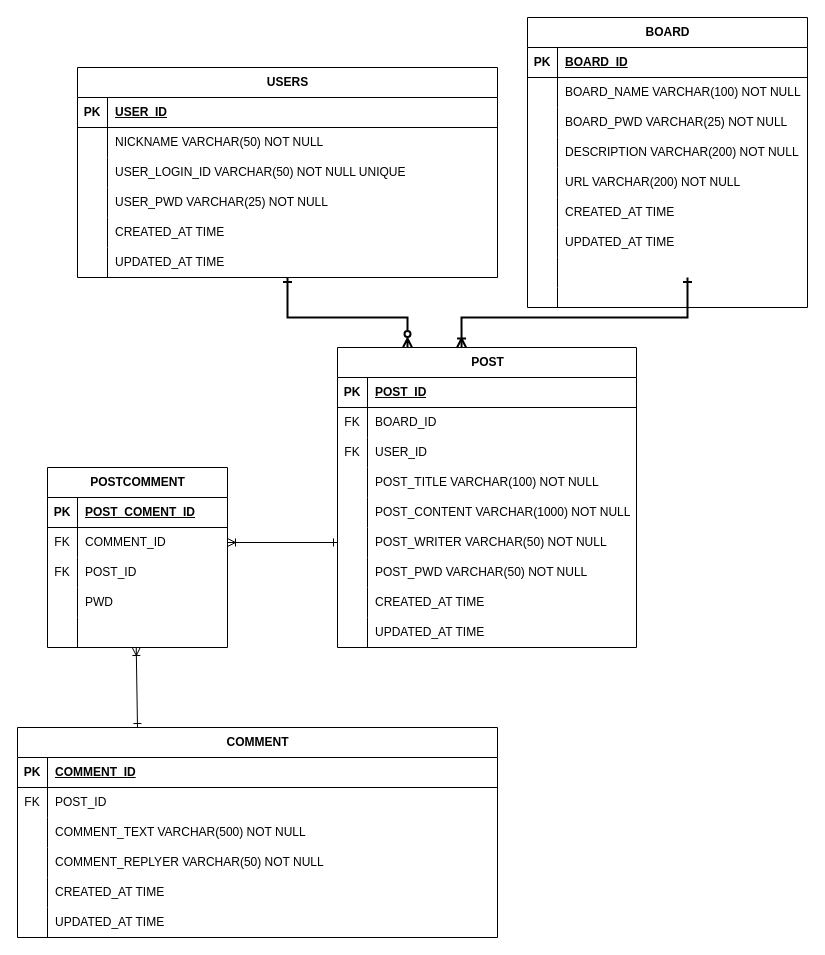
choiminwoo2/data-storage keeps this draw.io diagram as dev-kor-erd.drawio. Above is the earlier version. Source tidied: cells renumbered, new cells numbered last; positions are measured from the earlier drawing's top-left corner, leaving out a move shared by most shapes. Both pictures are drawn from the tidied source at 100%, with x=0, y=0 at pixel (17, 17).
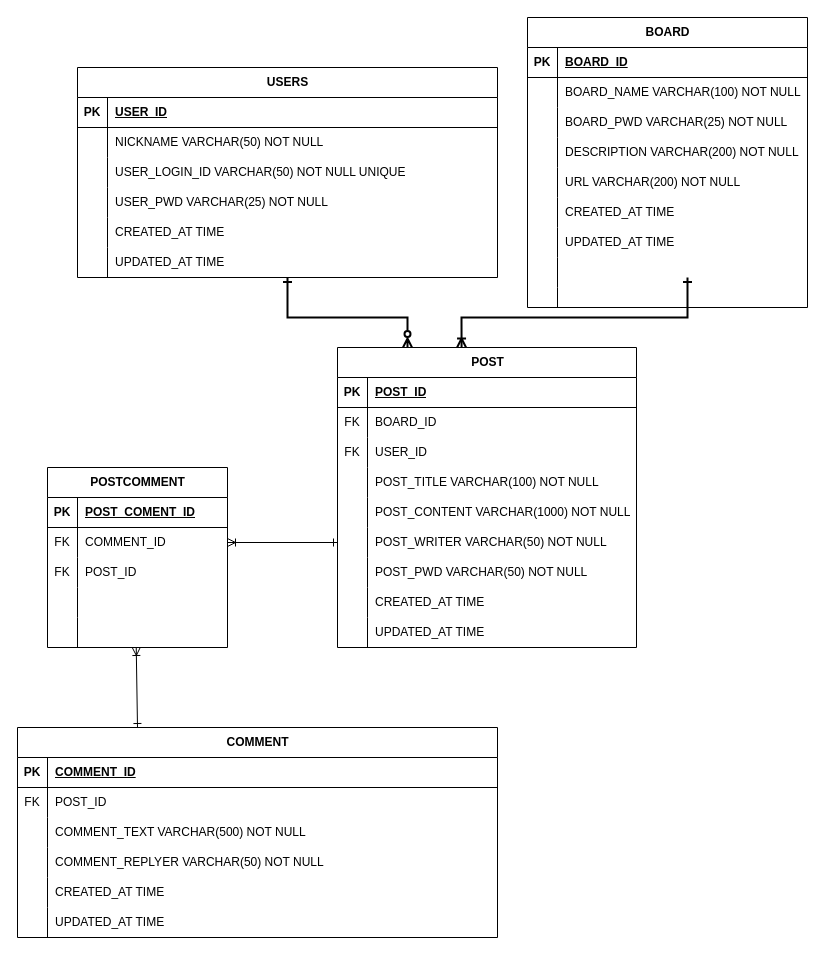
The same page after the edit.

Unchanged cells that the change refers to:
```xml
<mxCell id="108" style="shape=tableRow;horizontal=0;startSize=0;swimlaneHead=0;swimlaneBody=0;fillColor=none;top=0;left=0;right=0;bottom=0;" parent="98" vertex="1">
  <mxGeometry y="120" width="180" height="30" as="geometry" />
</mxCell>
```

Change to the diagram source:
```diff
@@
-    <mxCell id="110" value="PWD" style="shape=partialRectangle;fillColor=none;top=0;left=0;bottom=0;right=0;align=left;spacingLeft=6;overflow=hidden;whiteSpace=wrap;html=1;" parent="108" vertex="1">
+    <mxCell id="110" style="shape=partialRectangle;fillColor=none;top=0;left=0;bottom=0;right=0;align=left;spacingLeft=6;overflow=hidden;whiteSpace=wrap;html=1;" parent="108" vertex="1">
       <mxGeometry x="30" width="150" height="30" as="geometry" />
     </mxCell>
```
